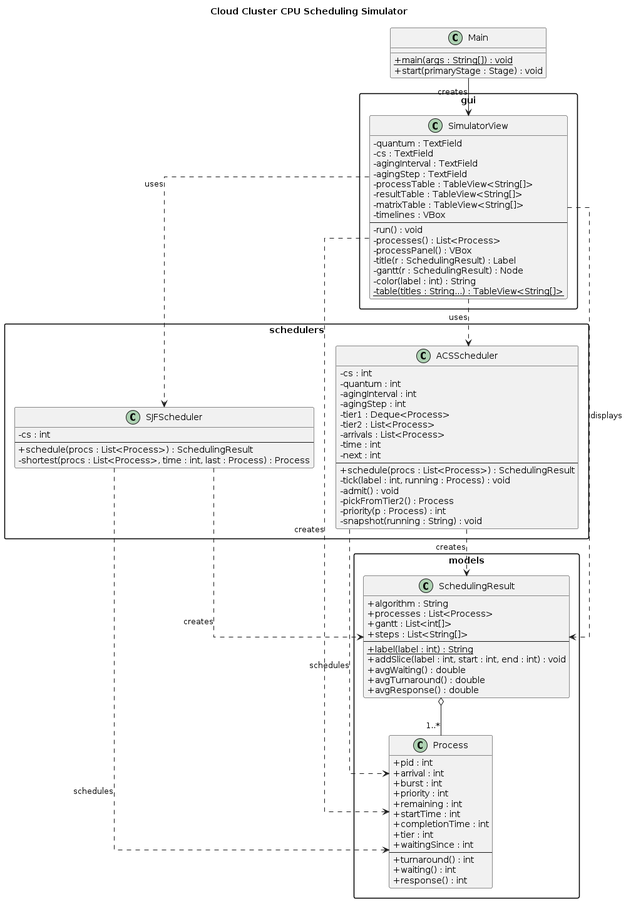
Before: document/Class Diagram.png, a diagram exported from PlantUML (itskdash/cloud-cluster-cpu-scheduling). Source of this version:
```plantuml
@startuml
title Cloud Cluster CPU Scheduling Simulator
skinparam classAttributeIconSize 0
skinparam linetype ortho
skinparam packageStyle rectangle

class Main {
  + {static} main(args : String[]) : void
  + start(primaryStage : Stage) : void
}

package gui {
  class SimulatorView {
    - quantum : TextField
    - cs : TextField
    - agingInterval : TextField
    - agingStep : TextField
    - processTable : TableView<String[]>
    - resultTable : TableView<String[]>
    - matrixTable : TableView<String[]>
    - timelines : VBox
    --
    - run() : void
    - processes() : List<Process>
    - processPanel() : VBox
    - title(r : SchedulingResult) : Label
    - gantt(r : SchedulingResult) : Node
    - color(label : int) : String
    - {static} table(titles : String...) : TableView<String[]>
  }
}

package schedulers {
  class SJFScheduler {
    - cs : int
    --
    + schedule(procs : List<Process>) : SchedulingResult
    - shortest(procs : List<Process>, time : int, last : Process) : Process
  }

  class ACSScheduler {
    - cs : int
    - quantum : int
    - agingInterval : int
    - agingStep : int
    - tier1 : Deque<Process>
    - tier2 : List<Process>
    - arrivals : List<Process>
    - time : int
    - next : int
    --
    + schedule(procs : List<Process>) : SchedulingResult
    - tick(label : int, running : Process) : void
    - admit() : void
    - pickFromTier2() : Process
    - priority(p : Process) : int
    - snapshot(running : String) : void
  }
}

package models {
  class Process {
    + pid : int
    + arrival : int
    + burst : int
    + priority : int
    + remaining : int
    + startTime : int
    + completionTime : int
    + tier : int
    + waitingSince : int
    --
    + turnaround() : int
    + waiting() : int
    + response() : int
  }

  class SchedulingResult {
    + algorithm : String
    + processes : List<Process>
    + gantt : List<int[]>
    + steps : List<String[]>
    --
    + {static} label(label : int) : String
    + addSlice(label : int, start : int, end : int) : void
    + avgWaiting() : double
    + avgTurnaround() : double
    + avgResponse() : double
  }
}

Main --> SimulatorView : creates

SimulatorView ..> SJFScheduler : uses
SimulatorView ..> ACSScheduler : uses
SimulatorView ..> SchedulingResult : displays
SimulatorView ..> Process : creates

SJFScheduler ..> SchedulingResult : creates
ACSScheduler ..> SchedulingResult : creates
SJFScheduler ..> Process : schedules
ACSScheduler ..> Process : schedules

SchedulingResult o-- "1..*" Process
@enduml
```
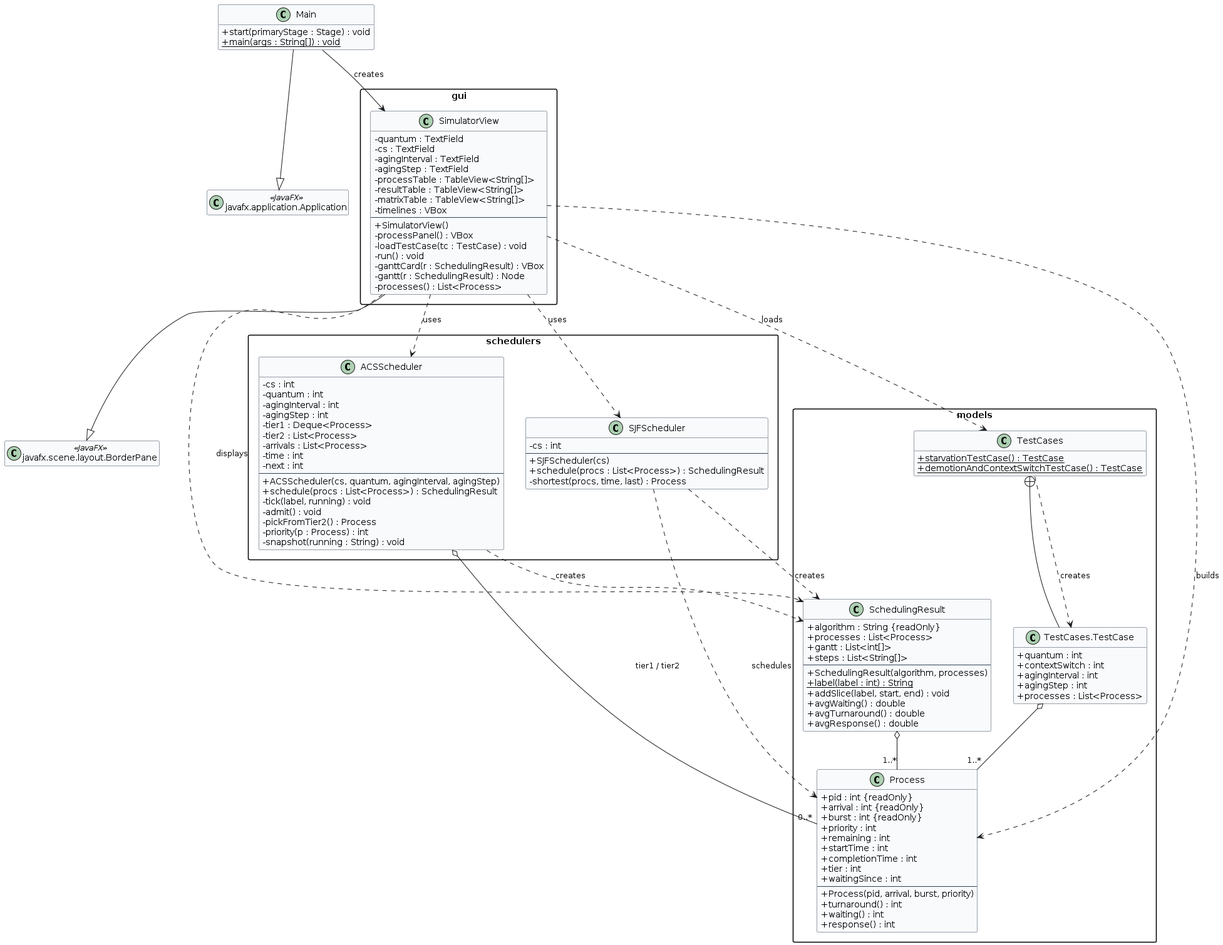
After the change.

Diff of the diagram source:
```diff
@@ -1,105 +1,135 @@
 @startuml
-title Cloud Cluster CPU Scheduling Simulator
 skinparam classAttributeIconSize 0
-skinparam linetype ortho
+skinparam shadowing false
 skinparam packageStyle rectangle
+skinparam class {
+  BackgroundColor #F8FAFC
+  BorderColor #334155
+}
+hide empty members
 
-class Main {
-  + {static} main(args : String[]) : void
-  + start(primaryStage : Stage) : void
-}
+package "models" {
+  class Process {
+    +pid : int {readOnly}
+    +arrival : int {readOnly}
+    +burst : int {readOnly}
+    +priority : int
+    +remaining : int
+    +startTime : int
+    +completionTime : int
+    +tier : int
+    +waitingSince : int
+    --
+    +Process(pid, arrival, burst, priority)
+    +turnaround() : int
+    +waiting() : int
+    +response() : int
+  }
 
-package gui {
-  class SimulatorView {
-    - quantum : TextField
-    - cs : TextField
-    - agingInterval : TextField
-    - agingStep : TextField
-    - processTable : TableView<String[]>
-    - resultTable : TableView<String[]>
-    - matrixTable : TableView<String[]>
-    - timelines : VBox
+  class SchedulingResult {
+    +algorithm : String {readOnly}
+    +processes : List<Process>
+    +gantt : List<int[]>
+    +steps : List<String[]>
     --
-    - run() : void
-    - processes() : List<Process>
-    - processPanel() : VBox
-    - title(r : SchedulingResult) : Label
-    - gantt(r : SchedulingResult) : Node
-    - color(label : int) : String
-    - {static} table(titles : String...) : TableView<String[]>
+    +SchedulingResult(algorithm, processes)
+    {static} +label(label : int) : String
+    +addSlice(label, start, end) : void
+    +avgWaiting() : double
+    +avgTurnaround() : double
+    +avgResponse() : double
+  }
+
+  class TestCases {
+    {static} +starvationTestCase() : TestCase
+    {static} +demotionAndContextSwitchTestCase() : TestCase
+  }
+
+  class "TestCases.TestCase" as TestCase {
+    +quantum : int
+    +contextSwitch : int
+    +agingInterval : int
+    +agingStep : int
+    +processes : List<Process>
   }
 }
 
-package schedulers {
+package "schedulers" {
   class SJFScheduler {
-    - cs : int
+    -cs : int
     --
-    + schedule(procs : List<Process>) : SchedulingResult
-    - shortest(procs : List<Process>, time : int, last : Process) : Process
+    +SJFScheduler(cs)
+    +schedule(procs : List<Process>) : SchedulingResult
+    -shortest(procs, time, last) : Process
   }
 
   class ACSScheduler {
-    - cs : int
-    - quantum : int
-    - agingInterval : int
-    - agingStep : int
-    - tier1 : Deque<Process>
-    - tier2 : List<Process>
-    - arrivals : List<Process>
-    - time : int
-    - next : int
+    -cs : int
+    -quantum : int
+    -agingInterval : int
+    -agingStep : int
+    -tier1 : Deque<Process>
+    -tier2 : List<Process>
+    -arrivals : List<Process>
+    -time : int
+    -next : int
     --
-    + schedule(procs : List<Process>) : SchedulingResult
-    - tick(label : int, running : Process) : void
-    - admit() : void
-    - pickFromTier2() : Process
-    - priority(p : Process) : int
-    - snapshot(running : String) : void
+    +ACSScheduler(cs, quantum, agingInterval, agingStep)
+    +schedule(procs : List<Process>) : SchedulingResult
+    -tick(label, running) : void
+    -admit() : void
+    -pickFromTier2() : Process
+    -priority(p : Process) : int
+    -snapshot(running : String) : void
   }
 }
 
-package models {
-  class Process {
-    + pid : int
-    + arrival : int
-    + burst : int
-    + priority : int
-    + remaining : int
-    + startTime : int
-    + completionTime : int
-    + tier : int
-    + waitingSince : int
+package "gui" {
+  class SimulatorView {
+    -quantum : TextField
+    -cs : TextField
+    -agingInterval : TextField
+    -agingStep : TextField
+    -processTable : TableView<String[]>
+    -resultTable : TableView<String[]>
+    -matrixTable : TableView<String[]>
+    -timelines : VBox
     --
-    + turnaround() : int
-    + waiting() : int
-    + response() : int
-  }
-
-  class SchedulingResult {
-    + algorithm : String
-    + processes : List<Process>
-    + gantt : List<int[]>
-    + steps : List<String[]>
-    --
-    + {static} label(label : int) : String
-    + addSlice(label : int, start : int, end : int) : void
-    + avgWaiting() : double
-    + avgTurnaround() : double
-    + avgResponse() : double
+    +SimulatorView()
+    -processPanel() : VBox
+    -loadTestCase(tc : TestCase) : void
+    -run() : void
+    -ganttCard(r : SchedulingResult) : VBox
+    -gantt(r : SchedulingResult) : Node
+    -processes() : List<Process>
   }
 }
 
+class Main {
+  +start(primaryStage : Stage) : void
+  {static} +main(args : String[]) : void
+}
+
+class "javafx.application.Application" as Application <<JavaFX>>
+class "javafx.scene.layout.BorderPane" as BorderPane <<JavaFX>>
+
+Main --|> Application
+SimulatorView --|> BorderPane
 Main --> SimulatorView : creates
 
 SimulatorView ..> SJFScheduler : uses
 SimulatorView ..> ACSScheduler : uses
+SimulatorView ..> TestCases : loads
 SimulatorView ..> SchedulingResult : displays
-SimulatorView ..> Process : creates
+SimulatorView ..> Process : builds
 
 SJFScheduler ..> SchedulingResult : creates
 ACSScheduler ..> SchedulingResult : creates
 SJFScheduler ..> Process : schedules
-ACSScheduler ..> Process : schedules
+ACSScheduler o-- "0..*" Process : tier1 / tier2
 
 SchedulingResult o-- "1..*" Process
+TestCases +-- TestCase
+TestCases ..> TestCase : creates
+TestCase o-- "1..*" Process
 @enduml
```
